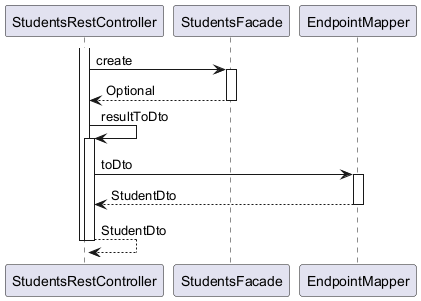
This is ingress/documentation/html/images/Education.Students.createStudent.puml.png.png from OlegSopilnyak/school-demo, a PlantUML export, as it was before one commit.
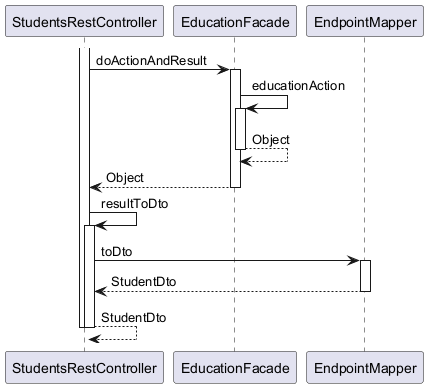
After the commit.

What changed in the source:
```diff
@@ -1,14 +1,18 @@
 @startuml
 
 participant StudentsRestController
-participant StudentsFacade
+participant EducationFacade
 participant EndpointMapper
 
 activate StudentsRestController
-	StudentsRestController -> StudentsFacade : create
-	activate StudentsFacade
-		StudentsFacade --> StudentsRestController : Optional
-	deactivate StudentsFacade
+	StudentsRestController -> EducationFacade : doActionAndResult
+	activate EducationFacade
+		EducationFacade -> EducationFacade : educationAction
+		activate EducationFacade
+			EducationFacade --> EducationFacade : Object
+		deactivate EducationFacade
+		EducationFacade --> StudentsRestController : Object
+	deactivate EducationFacade
 	StudentsRestController -> StudentsRestController : resultToDto
 	activate StudentsRestController
 		StudentsRestController -> EndpointMapper : toDto
```
